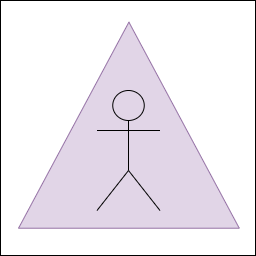
Above: ArtifactOfDoomActivated.png in SirHamburger/ArtifactOfDoom (draw.io), before the change. Source tidied: cells renumbered, new cells last; positions are measured from the earlier drawing's top-left corner, leaving out a move shared by most shapes. Its diagram source:
```xml
<mxGraphModel>
  <root>
    <mxCell id="0" />
    <mxCell id="1" parent="0" />
    <mxCell id="2" style="whiteSpace=wrap;html=1;fillColor=none;" parent="1" vertex="1">
      <mxGeometry width="255" height="255" as="geometry" />
    </mxCell>
    <mxCell id="3" style="triangle;whiteSpace=wrap;html=1;rotation=-90;fillColor=#e1d5e7;strokeColor=#9673a6;" parent="1" vertex="1">
      <mxGeometry x="25.4" y="14.3" width="206.1" height="220.7" as="geometry" />
    </mxCell>
    <mxCell id="4" style="shape=umlActor;verticalLabelPosition=bottom;labelBackgroundColor=#ffffff;verticalAlign=top;html=1;fillColor=none;" parent="1" vertex="1">
      <mxGeometry x="96.5" y="90" width="63" height="120" as="geometry" />
    </mxCell>
  </root>
</mxGraphModel>
```
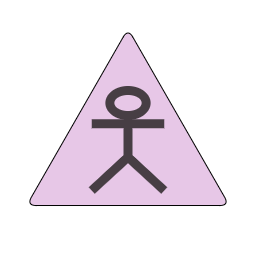
The same file after the commit.

What changed in the source:
```diff
@@ -2,14 +2,14 @@
   <root>
     <mxCell id="0" />
     <mxCell id="1" parent="0" />
-    <mxCell id="2" style="whiteSpace=wrap;html=1;fillColor=none;" parent="1" vertex="1">
-      <mxGeometry width="255" height="255" as="geometry" />
+    <mxCell id="2" style="whiteSpace=wrap;html=1;fillColor=none;strokeColor=none;" parent="1" vertex="1">
+      <mxGeometry x="-70" y="-130" width="255" height="255" as="geometry" />
     </mxCell>
-    <mxCell id="3" style="triangle;whiteSpace=wrap;html=1;rotation=-90;fillColor=#e1d5e7;strokeColor=#9673a6;" parent="1" vertex="1">
-      <mxGeometry x="25.4" y="14.3" width="206.1" height="220.7" as="geometry" />
+    <mxCell id="3" style="triangle;whiteSpace=wrap;html=1;rotation=-90;fillColor=#e7c7e7;gradientColor=none;rounded=1;" parent="1" vertex="1">
+      <mxGeometry x="-30.9" y="-114.8" width="176.8" height="202.8" as="geometry" />
     </mxCell>
-    <mxCell id="4" style="shape=umlActor;verticalLabelPosition=bottom;labelBackgroundColor=#ffffff;verticalAlign=top;html=1;fillColor=none;" parent="1" vertex="1">
-      <mxGeometry x="96.5" y="90" width="63" height="120" as="geometry" />
+    <mxCell id="4" style="shape=umlActor;verticalLabelPosition=bottom;labelBackgroundColor=#ffffff;verticalAlign=top;html=1;strokeWidth=9;fillColor=#e7c7e7;strokeColor=#473E44;" parent="1" vertex="1">
+      <mxGeometry x="21.2" y="-40" width="72.5" height="100" as="geometry" />
     </mxCell>
   </root>
 </mxGraphModel>
```
